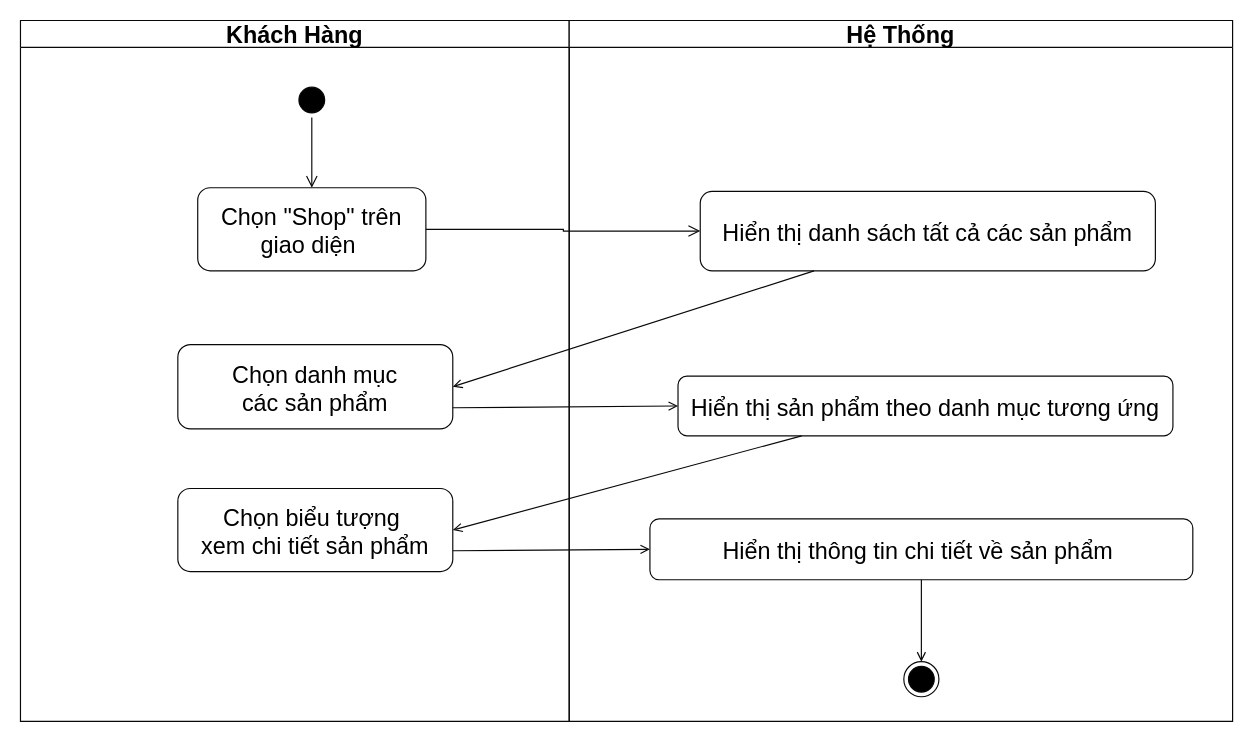
Above: page "XemSP" (6 of 30) of SODO/HoatDong/hoatdong.drawio in khuevotan/TaiCamRanh_DATN (draw.io), before the change. Source tidied: cells renumbered, new cells numbered last; positions are measured from the earlier drawing's top-left corner, leaving out a move shared by most shapes. Both pictures are drawn from the tidied source at 117%, with x=0, y=0 at pixel (20, 20).
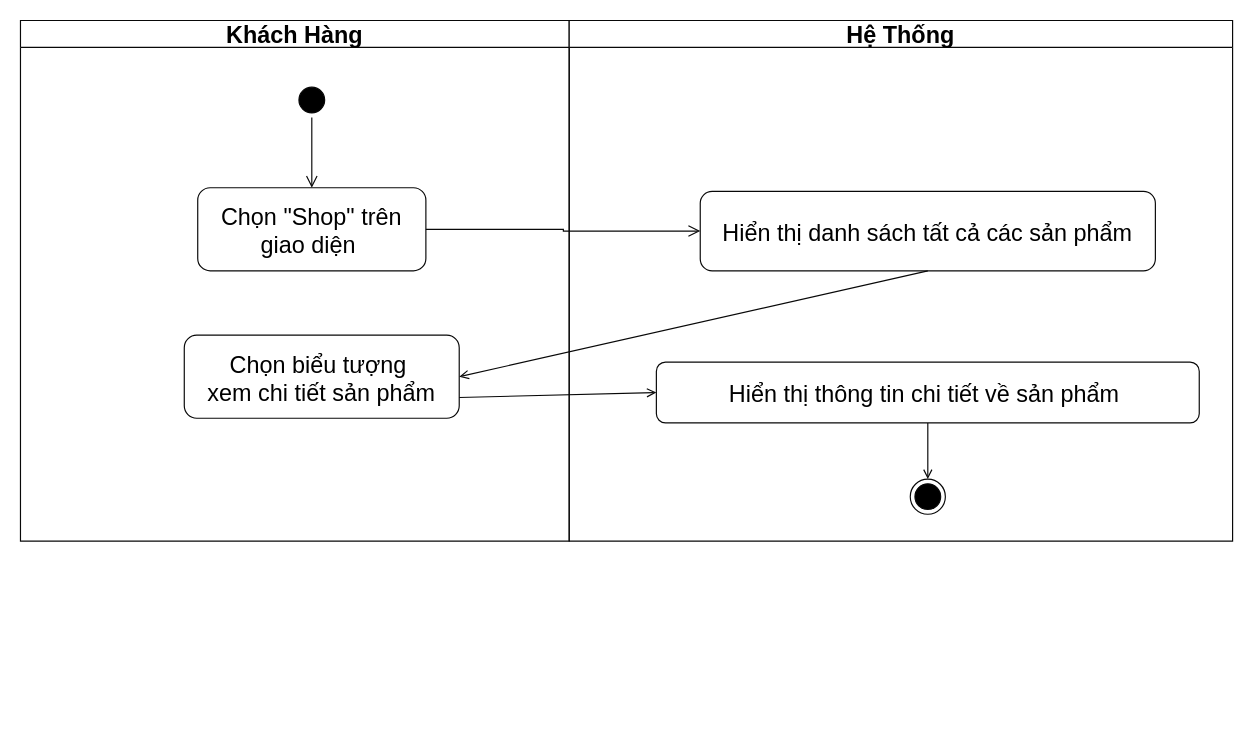
The same page after the edit.

Diff of the diagram source:
```diff
@@
 <mxGraphModel>
   <root>
     <mxCell id="0" />
     <mxCell id="1" parent="0" />
     <mxCell id="2" value="Khách Hàng" style="swimlane;whiteSpace=wrap;strokeColor=#080808;fontSize=20;" parent="1" vertex="1">
-      <mxGeometry width="469" height="599" as="geometry" />
+      <mxGeometry width="469" height="445" as="geometry" />
     </mxCell>
     <mxCell id="3" style="ellipse;shape=startState;fillColor=#000000;strokeColor=#080808;fontSize=20;" parent="2" vertex="1">
       <mxGeometry x="234" y="53" width="30" height="30" as="geometry" />
     </mxCell>
     <mxCell id="4" style="edgeStyle=elbowEdgeStyle;elbow=horizontal;verticalAlign=bottom;endArrow=open;endSize=8;strokeColor=#080808;endFill=1;rounded=0;fontSize=20;" parent="2" edge="1" source="3" target="5">
       <mxGeometry x="100" y="40" as="geometry" />
     </mxCell>
     <mxCell id="5" value="Chọn &quot;Shop&quot; trên &#10;giao diện " style="strokeColor=#080808;rounded=1;fontSize=20;" parent="2" vertex="1">
       <mxGeometry x="151.5" y="143" width="195" height="71" as="geometry" />
     </mxCell>
-    <mxCell id="6" value="Chọn danh mục &#10;các sản phẩm" style="strokeColor=#080808;rounded=1;fontSize=20;" parent="2" vertex="1">
-      <mxGeometry x="134.5" y="277" width="235" height="72" as="geometry" />
-    </mxCell>
     <mxCell id="7" value="Chọn biểu tượng &#10;xem chi tiết sản phẩm" style="strokeColor=#080808;rounded=1;fontSize=20;" parent="2" vertex="1">
-      <mxGeometry x="134.5" y="400" width="235" height="71" as="geometry" />
+      <mxGeometry x="140" y="269" width="235" height="71" as="geometry" />
     </mxCell>
     <mxCell id="8" value="Hệ Thống" style="swimlane;whiteSpace=wrap;strokeColor=#080808;fontSize=20;" parent="1" vertex="1">
-      <mxGeometry x="469" width="567" height="599" as="geometry" />
+      <mxGeometry x="469" width="567" height="445" as="geometry" />
     </mxCell>
-    <mxCell id="9" style="ellipse;shape=endState;fillColor=#000000;strokeColor=#080808;fontSize=20;" parent="8" vertex="1">
-      <mxGeometry x="286" y="548" width="30" height="30" as="geometry" />
-    </mxCell>
-    <mxCell id="10" value="Hiển thị sản phẩm theo danh mục tương ứng" style="strokeColor=#080808;rounded=1;fontSize=20;" parent="8" vertex="1">
-      <mxGeometry x="93" y="304" width="423" height="51" as="geometry" />
-    </mxCell>
     <mxCell id="11" value="Hiển thị danh sách tất cả các sản phẩm" style="strokeColor=#080808;rounded=1;fontSize=20;" parent="8" vertex="1">
       <mxGeometry x="112" y="146" width="389" height="68" as="geometry" />
     </mxCell>
     <mxCell id="12" value="Hiển thị thông tin chi tiết về sản phẩm " style="strokeColor=#080808;rounded=1;fontSize=20;" parent="8" vertex="1">
-      <mxGeometry x="69" y="426" width="464" height="52" as="geometry" />
+      <mxGeometry x="74.5" y="292" width="464" height="52" as="geometry" />
     </mxCell>
-    <mxCell id="13" style="edgeStyle=none;strokeColor=#080808;endArrow=open;endFill=1;rounded=0;fontSize=20;exitX=0.5;exitY=1;exitDx=0;exitDy=0;entryX=0.5;entryY=0;entryDx=0;entryDy=0;" parent="8" edge="1" source="12">
-      <mxGeometry relative="1" as="geometry">
-        <mxPoint x="301" y="548" as="targetPoint" />
-      </mxGeometry>
-    </mxCell>
+    <mxCell id="19" style="edgeStyle=none;strokeColor=#080808;endArrow=open;endFill=1;rounded=0;fontSize=20;exitX=0.5;exitY=1;exitDx=0;exitDy=0;entryX=0.5;entryY=0;entryDx=0;entryDy=0;" parent="8" edge="1" source="12" target="9">
+      <mxGeometry relative="1" as="geometry" />
+    </mxCell>
+    <mxCell id="9" style="ellipse;shape=endState;fillColor=#000000;strokeColor=#080808;fontSize=20;" parent="8" vertex="1">
+      <mxGeometry x="291.5" y="392" width="30" height="30" as="geometry" />
+    </mxCell>
     <mxCell id="14" style="edgeStyle=elbowEdgeStyle;elbow=horizontal;verticalAlign=bottom;endArrow=open;endSize=8;strokeColor=#080808;endFill=1;rounded=0;fontSize=20;entryX=0;entryY=0.5;entryDx=0;entryDy=0;exitX=1;exitY=0.5;exitDx=0;exitDy=0;" parent="1" edge="1" source="5" target="11">
       <mxGeometry x="110" y="50" as="geometry" />
     </mxCell>
-    <mxCell id="15" style="endArrow=open;strokeColor=#080808;endFill=1;rounded=0;fontSize=20;entryX=1;entryY=0.5;entryDx=0;entryDy=0;exitX=0.25;exitY=1;exitDx=0;exitDy=0;" parent="1" edge="1" source="11" target="6">
-      <mxGeometry relative="1" as="geometry" />
-    </mxCell>
-    <mxCell id="16" style="endArrow=open;strokeColor=#080808;endFill=1;rounded=0;fontSize=20;entryX=0;entryY=0.5;entryDx=0;entryDy=0;exitX=1;exitY=0.75;exitDx=0;exitDy=0;" parent="1" edge="1" source="6" target="10">
-      <mxGeometry relative="1" as="geometry" />
-    </mxCell>
-    <mxCell id="17" style="endArrow=open;strokeColor=#080808;endFill=1;rounded=0;fontSize=20;entryX=1;entryY=0.5;entryDx=0;entryDy=0;exitX=0.25;exitY=1;exitDx=0;exitDy=0;" parent="1" edge="1" source="10" target="7">
+    <mxCell id="17" style="endArrow=open;strokeColor=#080808;endFill=1;rounded=0;fontSize=20;entryX=1;entryY=0.5;entryDx=0;entryDy=0;exitX=0.5;exitY=1;exitDx=0;exitDy=0;" parent="1" edge="1" source="11" target="7">
       <mxGeometry relative="1" as="geometry" />
     </mxCell>
     <mxCell id="18" style="endArrow=open;strokeColor=#080808;endFill=1;rounded=0;fontSize=20;entryX=0;entryY=0.5;entryDx=0;entryDy=0;exitX=1;exitY=0.75;exitDx=0;exitDy=0;" parent="1" edge="1" source="7" target="12">
       <mxGeometry relative="1" as="geometry" />
     </mxCell>
   </root>
 </mxGraphModel>
```
